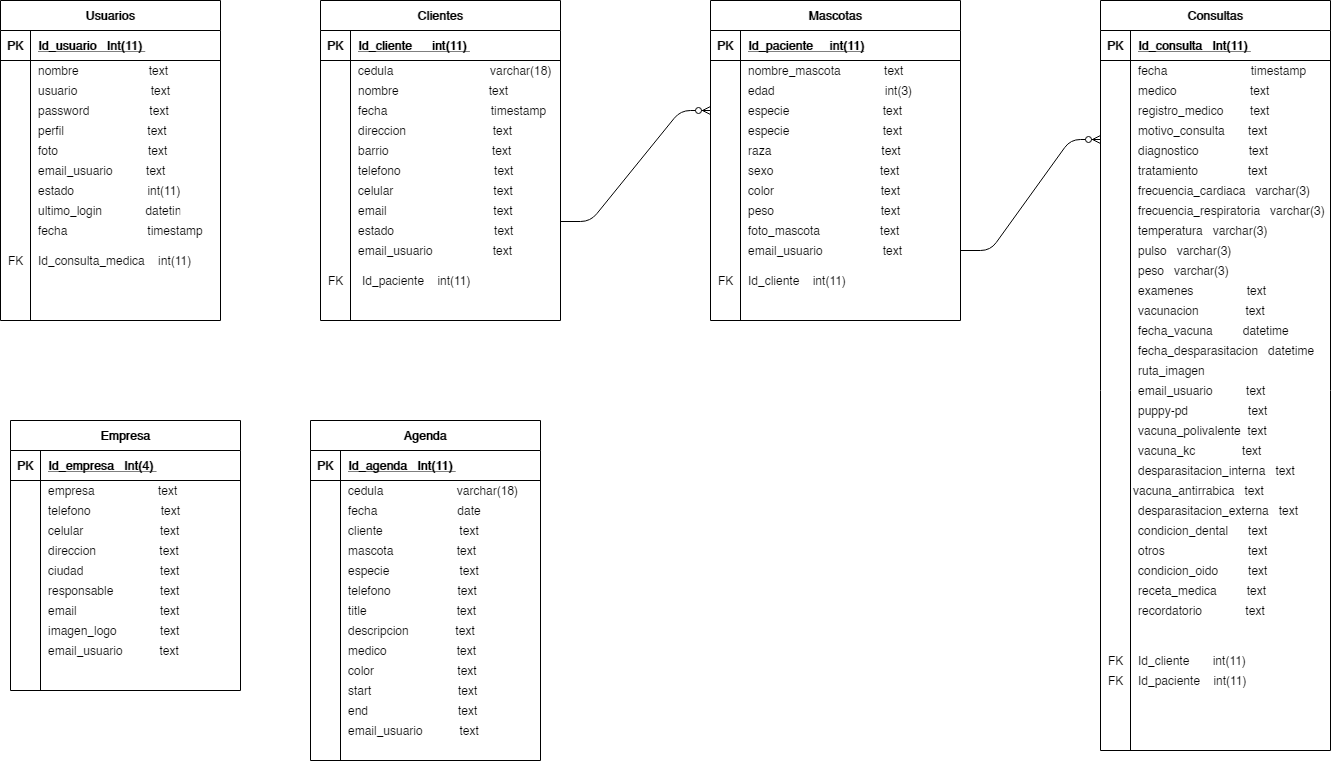
This is Untitled Diagram.png from heberthm/ejemplos-blog, a draw.io export, as it was before one commit. Source tidied: cells renumbered, new cells last; positions are measured from the earlier drawing's top-left corner, leaving out a move shared by most shapes.
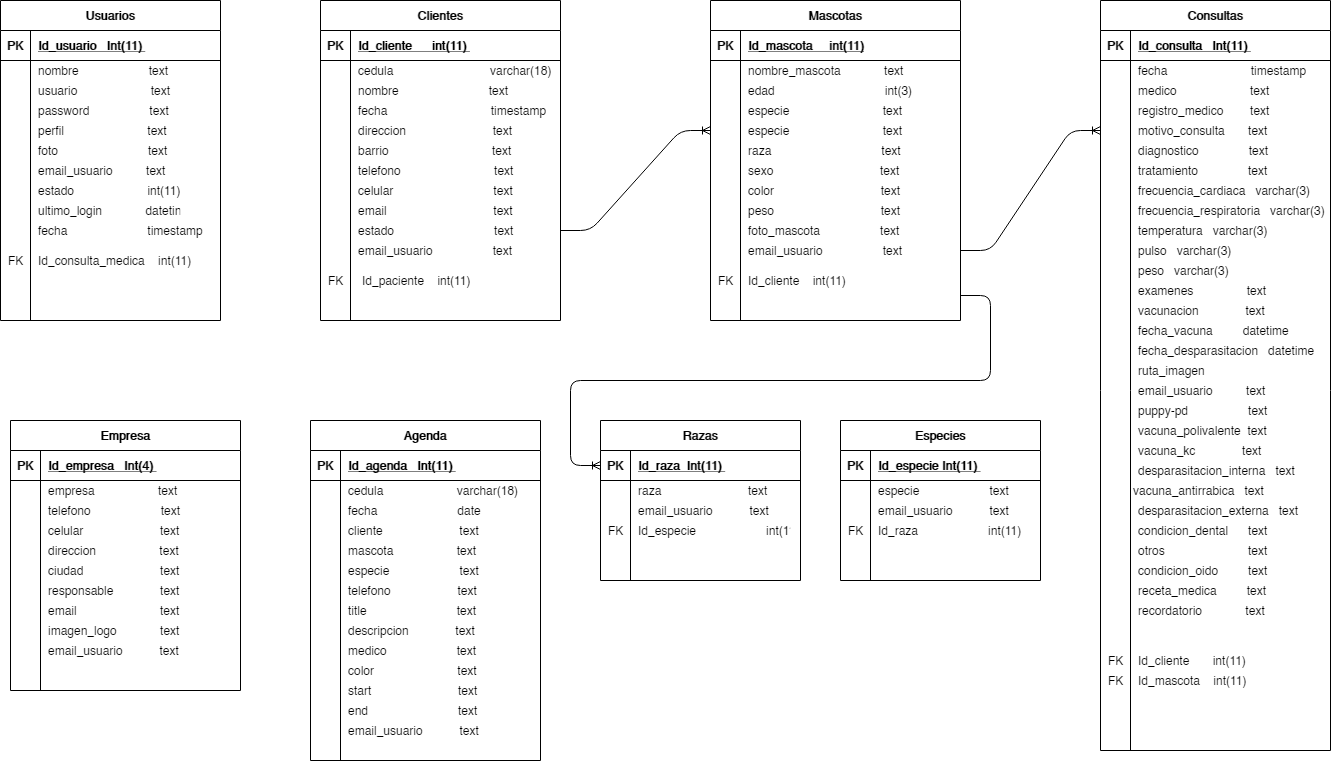
After the commit.

Diff of the diagram source:
```diff
@@ -86,7 +86,7 @@
     <mxCell id="29" value="PK" style="shape=partialRectangle;overflow=hidden;fillColor=none;top=0;left=0;bottom=0;right=0;fontStyle=1;" parent="28" vertex="1">
       <mxGeometry width="30" height="30" as="geometry" />
     </mxCell>
-    <mxCell id="30" value="Id_paciente     int(11)" style="shape=partialRectangle;overflow=hidden;fillColor=none;top=0;left=0;bottom=0;right=0;align=left;spacingLeft=6;fontStyle=5;" parent="28" vertex="1">
+    <mxCell id="30" value="Id_mascota     int(11)" style="shape=partialRectangle;overflow=hidden;fillColor=none;top=0;left=0;bottom=0;right=0;align=left;spacingLeft=6;fontStyle=5;" parent="28" vertex="1">
       <mxGeometry x="30" width="220" height="30" as="geometry" />
     </mxCell>
     <mxCell id="31" style="shape=partialRectangle;fillColor=none;top=0;left=0;right=0;bottom=0;" parent="27" vertex="1">
@@ -614,7 +614,7 @@
     <mxCell id="205" value="FK" style="shape=partialRectangle;fillColor=none;top=0;left=0;bottom=0;right=0;align=left;spacingLeft=6;overflow=hidden;" parent="1" vertex="1">
       <mxGeometry x="1100" y="650" width="40" height="20" as="geometry" />
     </mxCell>
-    <mxCell id="206" value="Id_paciente    int(11)" style="shape=partialRectangle;fillColor=none;top=0;left=0;bottom=0;right=0;align=left;spacingLeft=6;overflow=hidden;" parent="1" vertex="1">
+    <mxCell id="206" value="Id_mascota    int(11)" style="shape=partialRectangle;fillColor=none;top=0;left=0;bottom=0;right=0;align=left;spacingLeft=6;overflow=hidden;" parent="1" vertex="1">
       <mxGeometry x="1130" y="670" width="170" height="20" as="geometry" />
     </mxCell>
     <mxCell id="207" value="FK" style="shape=partialRectangle;fillColor=none;top=0;left=0;bottom=0;right=0;align=left;spacingLeft=6;overflow=hidden;" parent="1" vertex="1">
@@ -656,14 +656,76 @@
     <mxCell id="219" value="recordatorio             text" style="shape=partialRectangle;fillColor=none;top=0;left=0;bottom=0;right=0;align=left;spacingLeft=6;overflow=hidden;" parent="1" vertex="1">
       <mxGeometry x="1130" y="600" width="200" height="20" as="geometry" />
     </mxCell>
-    <mxCell id="220" style="edgeStyle=entityRelationEdgeStyle;fontSize=12;html=1;endArrow=ERzeroToMany;endFill=1;exitX=1;exitY=0.05;exitDx=0;exitDy=0;exitPerimeter=0;entryX=0;entryY=0.5;entryDx=0;entryDy=0;" parent="1" edge="1" source="89" target="37">
-      <mxGeometry relative="1" as="geometry" />
-    </mxCell>
-    <mxCell id="221" style="edgeStyle=entityRelationEdgeStyle;fontSize=12;html=1;endArrow=ERzeroToMany;endFill=1;entryX=0;entryY=0.5;entryDx=0;entryDy=0;" parent="1" edge="1">
-      <mxGeometry relative="1" as="geometry">
-        <mxPoint x="960" y="250" as="sourcePoint" />
-        <mxPoint x="1100" y="139" as="targetPoint" />
-      </mxGeometry>
-    </mxCell>
+    <mxCell id="222" value="email_usuario           text" style="shape=partialRectangle;overflow=hidden;fillColor=none;top=0;left=0;bottom=0;right=0;align=left;spacingLeft=6;" parent="1" vertex="1">
+      <mxGeometry x="630" y="500" width="160" height="20" as="geometry" />
+    </mxCell>
+    <mxCell id="223" value="Razas" style="shape=table;startSize=30;rowLines=0;fontStyle=1;align=center;" parent="1" vertex="1">
+      <mxGeometry x="600" y="420" width="200" height="160" as="geometry" />
+    </mxCell>
+    <mxCell id="224" style="shape=partialRectangle;fillColor=none;top=0;left=0;bottom=1;right=0;points=[[0,0.5],[1,0.5]];portConstraint=eastwest;" parent="223" vertex="1">
+      <mxGeometry y="30" width="200" height="30" as="geometry" />
+    </mxCell>
+    <mxCell id="225" value="PK" style="shape=partialRectangle;fillColor=none;top=0;left=0;bottom=0;right=0;fontStyle=1;overflow=hidden;" parent="224" vertex="1">
+      <mxGeometry width="30" height="30" as="geometry" />
+    </mxCell>
+    <mxCell id="226" value="Id_raza  Int(11) " style="shape=partialRectangle;fillColor=none;top=0;left=0;bottom=0;right=0;align=left;spacingLeft=6;fontStyle=5;overflow=hidden;" parent="224" vertex="1">
+      <mxGeometry x="30" width="170" height="30" as="geometry" />
+    </mxCell>
+    <mxCell id="227" style="shape=partialRectangle;fillColor=none;top=0;left=0;bottom=0;right=0;" parent="223" vertex="1">
+      <mxGeometry y="60" width="200" height="20" as="geometry" />
+    </mxCell>
+    <mxCell id="228" style="shape=partialRectangle;fillColor=none;top=0;left=0;bottom=0;right=0;overflow=hidden;" parent="227" vertex="1">
+      <mxGeometry width="30" height="20" as="geometry" />
+    </mxCell>
+    <mxCell id="229" value="raza                          text" style="shape=partialRectangle;fillColor=none;top=0;left=0;bottom=0;right=0;align=left;spacingLeft=6;overflow=hidden;" parent="227" vertex="1">
+      <mxGeometry x="30" width="170" height="20" as="geometry" />
+    </mxCell>
+    <mxCell id="230" value="email_usuario           text" style="shape=partialRectangle;overflow=hidden;fillColor=none;top=0;left=0;bottom=0;right=0;align=left;spacingLeft=6;" parent="1" vertex="1">
+      <mxGeometry x="870" y="500" width="160" height="20" as="geometry" />
+    </mxCell>
+    <mxCell id="231" value="Especies" style="shape=table;startSize=30;rowLines=0;fontStyle=1;align=center;" parent="1" vertex="1">
+      <mxGeometry x="840" y="420" width="200" height="160" as="geometry" />
+    </mxCell>
+    <mxCell id="232" style="shape=partialRectangle;fillColor=none;top=0;left=0;bottom=1;right=0;" parent="231" vertex="1">
+      <mxGeometry y="30" width="200" height="30" as="geometry" />
+    </mxCell>
+    <mxCell id="233" value="PK" style="shape=partialRectangle;fillColor=none;top=0;left=0;bottom=0;right=0;fontStyle=1;overflow=hidden;" parent="232" vertex="1">
+      <mxGeometry width="30" height="30" as="geometry" />
+    </mxCell>
+    <mxCell id="234" value="Id_especie Int(11) " style="shape=partialRectangle;fillColor=none;top=0;left=0;bottom=0;right=0;align=left;spacingLeft=6;fontStyle=5;overflow=hidden;" parent="232" vertex="1">
+      <mxGeometry x="30" width="170" height="30" as="geometry" />
+    </mxCell>
+    <mxCell id="235" style="shape=partialRectangle;fillColor=none;top=0;left=0;bottom=0;right=0;" parent="231" vertex="1">
+      <mxGeometry y="60" width="200" height="20" as="geometry" />
+    </mxCell>
+    <mxCell id="236" style="shape=partialRectangle;fillColor=none;top=0;left=0;bottom=0;right=0;overflow=hidden;" parent="235" vertex="1">
+      <mxGeometry width="30" height="20" as="geometry" />
+    </mxCell>
+    <mxCell id="237" value="especie                     text" style="shape=partialRectangle;fillColor=none;top=0;left=0;bottom=0;right=0;align=left;spacingLeft=6;overflow=hidden;" parent="235" vertex="1">
+      <mxGeometry x="30" width="170" height="20" as="geometry" />
+    </mxCell>
+    <mxCell id="238" style="edgeStyle=entityRelationEdgeStyle;fontSize=12;html=1;endArrow=ERoneToMany;entryX=0;entryY=0.5;entryDx=0;entryDy=0;exitX=1;exitY=0.5;exitDx=0;exitDy=0;" parent="1" edge="1" source="89" target="40">
+      <mxGeometry relative="1" as="geometry" />
+    </mxCell>
+    <mxCell id="239" style="edgeStyle=entityRelationEdgeStyle;fontSize=12;html=1;endArrow=ERoneToMany;entryX=0;entryY=0.5;entryDx=0;entryDy=0;exitX=1;exitY=0.5;exitDx=0;exitDy=0;" parent="1" edge="1" source="58" target="189">
+      <mxGeometry relative="1" as="geometry" />
+    </mxCell>
+    <mxCell id="240" value="Id_raza                     int(11)" style="shape=partialRectangle;overflow=hidden;fillColor=none;top=0;left=0;bottom=0;right=0;align=left;spacingLeft=6;" parent="1" vertex="1">
+      <mxGeometry x="870" y="520" width="160" height="20" as="geometry" />
+    </mxCell>
+    <mxCell id="241" value="FK" style="shape=partialRectangle;fillColor=none;top=0;left=0;bottom=0;right=0;align=left;spacingLeft=6;overflow=hidden;" parent="1" vertex="1">
+      <mxGeometry x="840" y="520" width="35" height="20" as="geometry" />
+    </mxCell>
+    <mxCell id="242" style="edgeStyle=entityRelationEdgeStyle;fontSize=12;html=1;endArrow=ERoneToMany;entryX=0;entryY=0.5;entryDx=0;entryDy=0;" parent="1" edge="1" target="224">
+      <mxGeometry relative="1" as="geometry">
+        <mxPoint x="960" y="295" as="sourcePoint" />
+      </mxGeometry>
+    </mxCell>
+    <mxCell id="243" value="Id_especie                     int(11)" style="shape=partialRectangle;overflow=hidden;fillColor=none;top=0;left=0;bottom=0;right=0;align=left;spacingLeft=6;" parent="1" vertex="1">
+      <mxGeometry x="630" y="520" width="160" height="20" as="geometry" />
+    </mxCell>
+    <mxCell id="244" value="FK" style="shape=partialRectangle;fillColor=none;top=0;left=0;bottom=0;right=0;align=left;spacingLeft=6;overflow=hidden;" parent="1" vertex="1">
+      <mxGeometry x="600" y="520" width="35" height="20" as="geometry" />
+    </mxCell>
   </root>
 </mxGraphModel>
```
